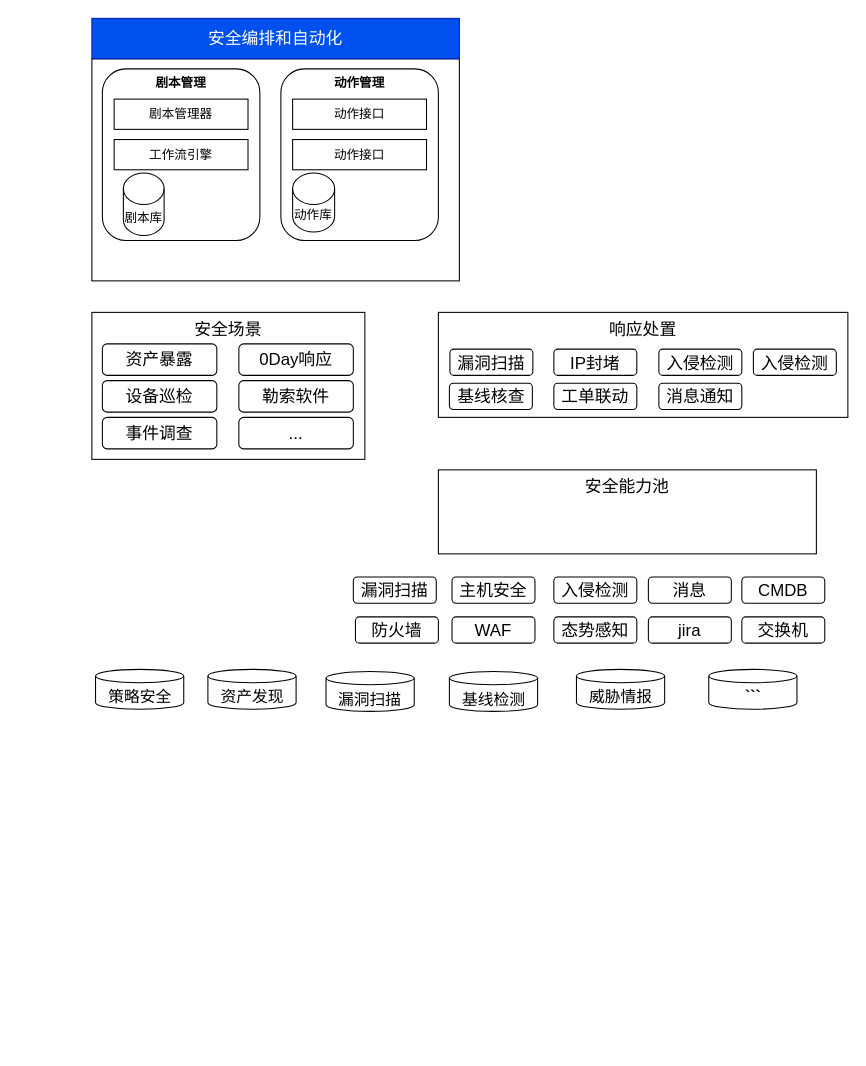
liujianqun/draw keeps this draw.io diagram as 安全编排框架图.drawio. Above is the earlier version. Source tidied: cells renumbered, new cells numbered last; positions are measured from the earlier drawing's top-left corner, leaving out a move shared by most shapes. Both pictures are drawn from the tidied source at 105%, with x=0, y=0 at pixel (91, 18).
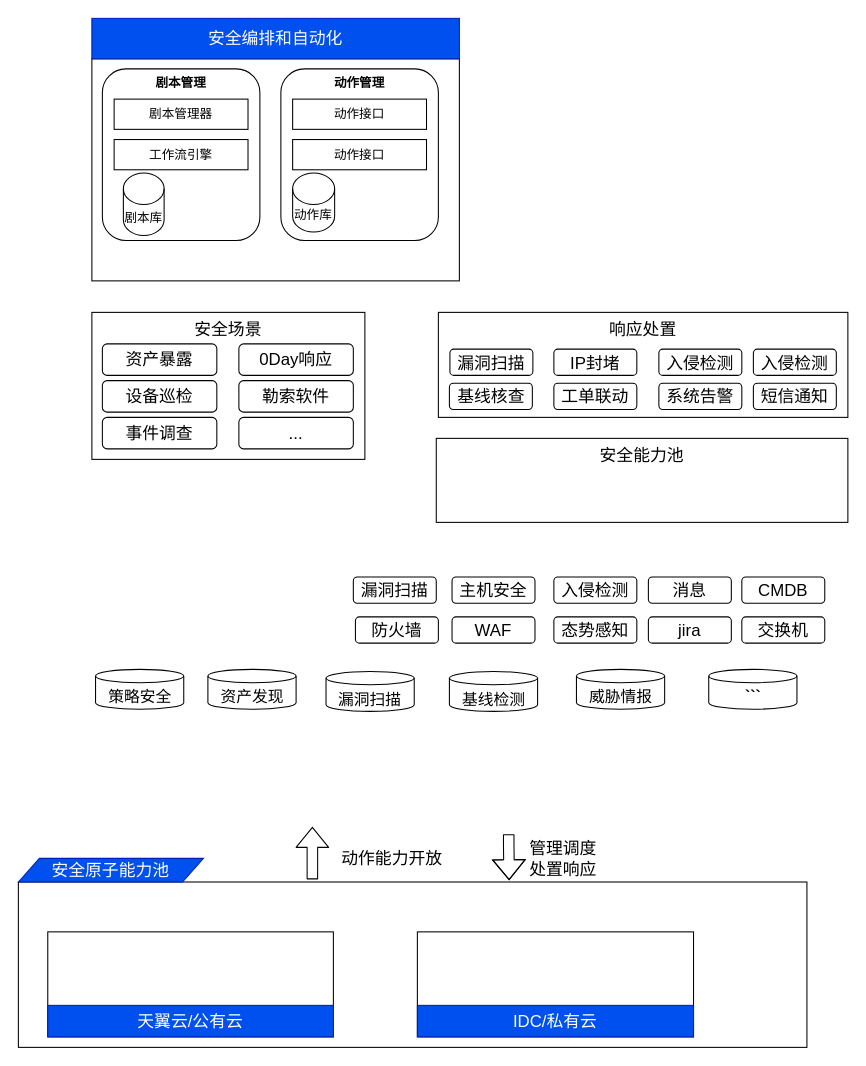
The same page after the edit.

Commit message (it also covers changes not shown here):
Update 安全编排框架图.drawio

What changed in the source:
```diff
@@
     <mxCell id="21" value="安全能力池" style="rounded=0;whiteSpace=wrap;html=1;fontSize=16;verticalAlign=top;" parent="1" vertex="1">
-      <mxGeometry x="330" y="430" width="360" height="80" as="geometry" />
+      <mxGeometry x="328" y="400" width="392" height="80" as="geometry" />
     </mxCell>
@@
-    <mxCell id="33" value="消息通知" style="rounded=1;whiteSpace=wrap;html=1;fontSize=16;" parent="1" vertex="1">
+    <mxCell id="33" value="系统告警" style="rounded=1;whiteSpace=wrap;html=1;fontSize=16;" parent="1" vertex="1">
       <mxGeometry x="540" y="347.5" width="79" height="25" as="geometry" />
     </mxCell>
@@
+    <mxCell id="45" value="短信通知" style="rounded=1;whiteSpace=wrap;html=1;fontSize=16;" parent="1" vertex="1">
+      <mxGeometry x="630" y="347.5" width="79" height="25" as="geometry" />
+    </mxCell>
+    <mxCell id="46" style="group;" parent="1" vertex="1">
+      <mxGeometry x="-70" y="800" width="751" height="180" as="geometry" />
+    </mxCell>
+    <mxCell id="47" style="rounded=0;whiteSpace=wrap;html=1;fontSize=16;" parent="46" vertex="1">
+      <mxGeometry y="22.5" width="751" height="157.5" as="geometry" />
+    </mxCell>
+    <mxCell id="48" value="安全原子能力池" style="shape=parallelogram;perimeter=parallelogramPerimeter;whiteSpace=wrap;html=1;fixedSize=1;fontSize=16;fillColor=#0050ef;strokeColor=#001DBC;fontColor=#ffffff;" parent="46" vertex="1">
+      <mxGeometry width="176.3" height="22.5" as="geometry" />
+    </mxCell>
+    <mxCell id="49" value="动作能力开放" style="text;html=1;strokeColor=none;fillColor=none;align=center;verticalAlign=middle;whiteSpace=wrap;rounded=0;fontSize=16;" parent="46" vertex="1">
+      <mxGeometry x="301" y="-10" width="110" height="20" as="geometry" />
+    </mxCell>
+    <mxCell id="50" style="group;" parent="46" vertex="1">
+      <mxGeometry x="28" y="70" width="272" height="100" as="geometry" />
+    </mxCell>
+    <mxCell id="51" style="rounded=0;whiteSpace=wrap;html=1;fontSize=16;" parent="50" vertex="1">
+      <mxGeometry width="272" height="100" as="geometry" />
+    </mxCell>
+    <mxCell id="52" value="天翼云/公有云" style="rounded=0;whiteSpace=wrap;html=1;fontSize=16;fillColor=#0050ef;strokeColor=#001DBC;fontColor=#ffffff;" parent="50" vertex="1">
+      <mxGeometry y="70" width="272" height="30" as="geometry" />
+    </mxCell>
+    <mxCell id="53" style="group;" parent="46" vertex="1">
+      <mxGeometry x="380" y="70" width="263" height="100" as="geometry" />
+    </mxCell>
+    <mxCell id="54" style="rounded=0;whiteSpace=wrap;html=1;fontSize=16;" parent="53" vertex="1">
+      <mxGeometry width="263" height="100" as="geometry" />
+    </mxCell>
+    <mxCell id="55" value="IDC/私有云" style="rounded=0;whiteSpace=wrap;html=1;fontSize=16;fillColor=#0050ef;strokeColor=#001DBC;fontColor=#ffffff;" parent="53" vertex="1">
+      <mxGeometry y="70" width="263" height="30" as="geometry" />
+    </mxCell>
+    <mxCell id="56" style="shape=flexArrow;endArrow=classic;html=1;fontSize=16;" parent="1" edge="1">
+      <mxGeometry relative="1" as="geometry">
+        <mxPoint x="210" y="820" as="sourcePoint" />
+        <mxPoint x="210" y="770" as="targetPoint" />
+      </mxGeometry>
+    </mxCell>
+    <mxCell id="57" style="shape=flexArrow;endArrow=classic;html=1;fontSize=16;entryX=0.637;entryY=0.008;entryDx=0;entryDy=0;entryPerimeter=0;" parent="1" edge="1">
+      <mxGeometry relative="1" as="geometry">
+        <mxPoint x="397" y="777" as="sourcePoint" />
+        <mxPoint x="397.4" y="820.8" as="targetPoint" />
+        <Array as="points">
+          <mxPoint x="397" y="787" />
+        </Array>
+      </mxGeometry>
+    </mxCell>
+    <mxCell id="58" value="管理调度处置响应" style="text;html=1;strokeColor=none;fillColor=none;align=center;verticalAlign=middle;whiteSpace=wrap;rounded=0;fontSize=16;" parent="1" vertex="1">
+      <mxGeometry x="410" y="790" width="78" height="20" as="geometry" />
+    </mxCell>
```
